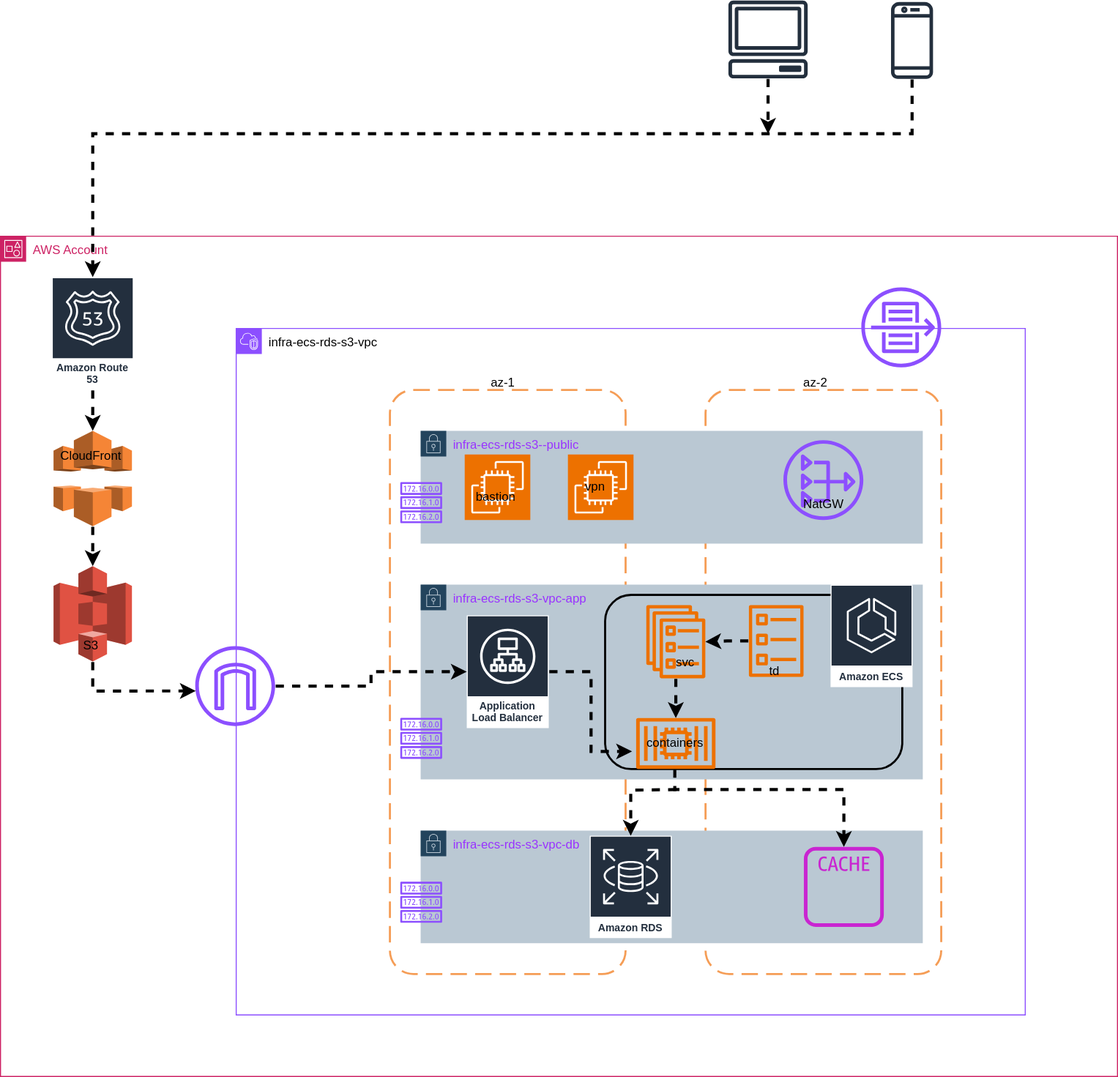
Before: infra.drawio.svg, a diagram exported from draw.io (sivaramakrishna-konka/infra-ecs-rds-s3). Source tidied: cells renumbered, new cells last; positions are measured from the earlier drawing's top-left corner, leaving out a move shared by most shapes.
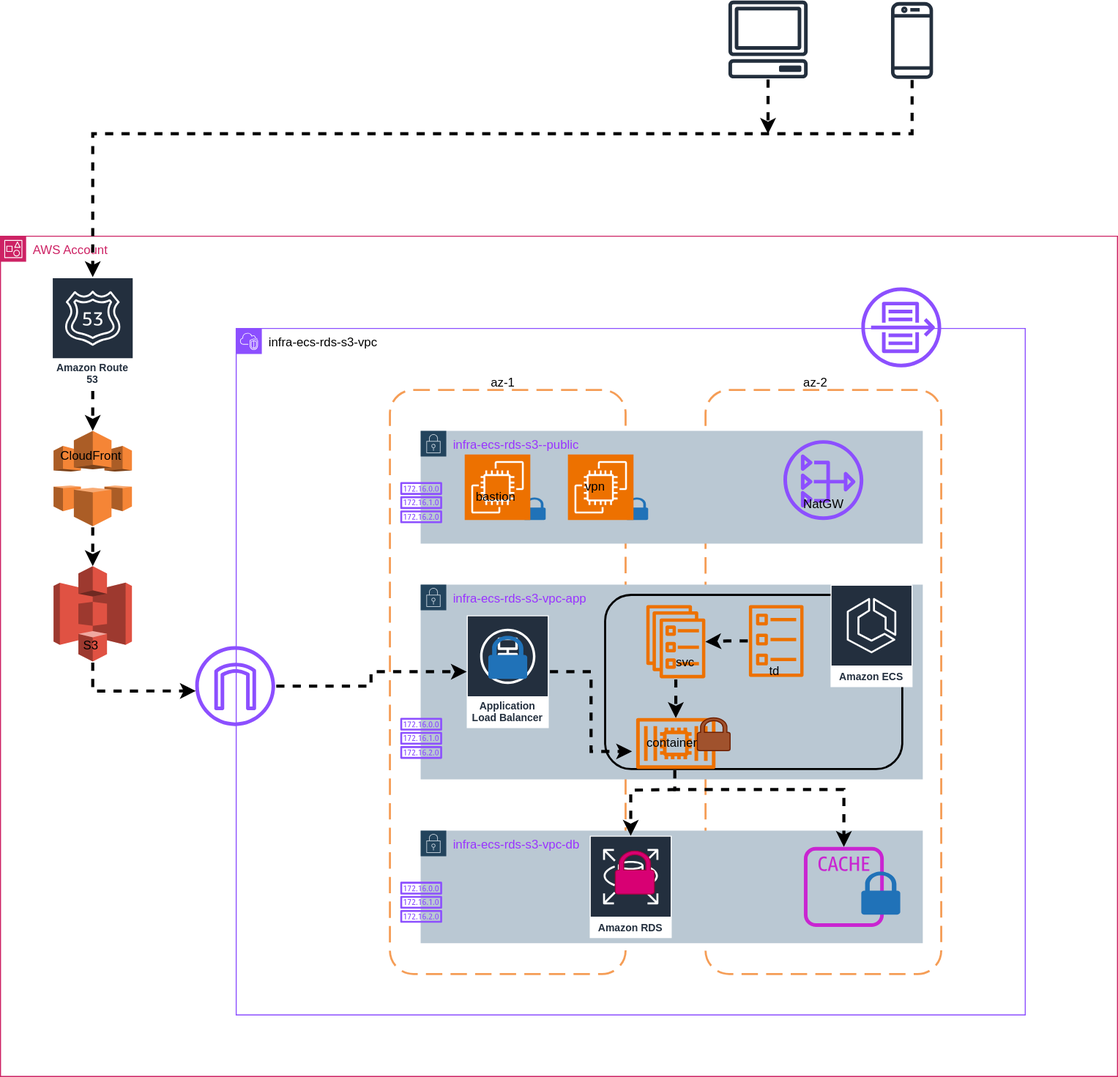
Later version of the same file.

Commit message:
add the security groups

The edit, as a diff of the source:
```diff
@@ -32,6 +32,12 @@
     <mxCell id="11" value="NatGW" style="text;html=1;align=center;verticalAlign=middle;strokeColor=none;fillColor=none;" parent="9" vertex="1">
       <mxGeometry x="363" y="57" width="60" height="30" as="geometry" />
     </mxCell>
+    <mxCell id="51" style="sketch=0;shadow=0;dashed=0;html=1;strokeColor=none;labelPosition=center;verticalLabelPosition=bottom;verticalAlign=top;align=center;shape=mxgraph.office.security.lock_protected;fillColor=#2072B8;" parent="9" vertex="1">
+      <mxGeometry x="100" y="65" width="22" height="22" as="geometry" />
+    </mxCell>
+    <mxCell id="52" style="sketch=0;shadow=0;dashed=0;html=1;strokeColor=none;labelPosition=center;verticalLabelPosition=bottom;verticalAlign=top;align=center;shape=mxgraph.office.security.lock_protected;fillColor=#2072B8;" parent="9" vertex="1">
+      <mxGeometry x="200" y="65" width="22" height="22" as="geometry" />
+    </mxCell>
     <mxCell id="12" value="&lt;span style=&quot;color: rgb(153, 51, 255);&quot;&gt;infra-ecs-rds-s3-vpc-app&lt;/span&gt;" style="html=1;whiteSpace=wrap;fontSize=12;fontStyle=0;shape=mxgraph.aws4.group;grIcon=mxgraph.aws4.group_security_group;grStroke=0;fillColor=#bac8d3;verticalAlign=top;align=left;spacingLeft=30;dashed=0;strokeColor=#23445d;" parent="3" vertex="1">
       <mxGeometry x="180" y="250" width="490" height="190" as="geometry" />
     </mxCell>
@@ -41,6 +47,9 @@
     <mxCell id="14" style="sketch=0;fontColor=#232F3E;gradientColor=none;fillColor=#8C4FFF;strokeColor=none;dashed=0;verticalLabelPosition=bottom;verticalAlign=top;align=center;html=1;fontSize=12;fontStyle=0;shape=mxgraph.aws4.route_table;" parent="12" vertex="1">
       <mxGeometry x="-20" y="130" width="41.1" height="40" as="geometry" />
     </mxCell>
+    <mxCell id="53" style="sketch=0;shadow=0;dashed=0;html=1;strokeColor=none;labelPosition=center;verticalLabelPosition=bottom;verticalAlign=top;align=center;shape=mxgraph.office.security.lock_protected;fillColor=#2072B8;" parent="12" vertex="1">
+      <mxGeometry x="66" y="50" width="38" height="42" as="geometry" />
+    </mxCell>
     <mxCell id="15" value="&lt;span style=&quot;color: rgb(153, 51, 255);&quot;&gt;infra-ecs-rds-s3-vpc-db&lt;/span&gt;" style="html=1;whiteSpace=wrap;fontSize=12;fontStyle=0;shape=mxgraph.aws4.group;grIcon=mxgraph.aws4.group_security_group;grStroke=0;fillColor=#bac8d3;verticalAlign=top;align=left;spacingLeft=30;dashed=0;strokeColor=#23445d;" parent="3" vertex="1">
       <mxGeometry x="180" y="490" width="490" height="110" as="geometry" />
     </mxCell>
@@ -115,6 +124,15 @@
     <mxCell id="36" style="edgeStyle=orthogonalEdgeStyle;rounded=0;jettySize=auto;html=1;entryX=-0.018;entryY=0.76;entryDx=0;entryDy=0;entryPerimeter=0;strokeWidth=3;flowAnimation=1;" parent="3" edge="1" source="13" target="28">
       <mxGeometry relative="1" as="geometry" />
     </mxCell>
+    <mxCell id="54" style="sketch=0;shadow=0;dashed=0;html=1;strokeColor=none;labelPosition=center;verticalLabelPosition=bottom;verticalAlign=top;align=center;shape=mxgraph.office.security.lock_protected;fillColor=#2072B8;" parent="3" vertex="1">
+      <mxGeometry x="610" y="530" width="38" height="42" as="geometry" />
+    </mxCell>
+    <mxCell id="55" style="sketch=0;shadow=0;dashed=0;html=1;strokeColor=#6D1F00;labelPosition=center;verticalLabelPosition=bottom;verticalAlign=top;align=center;shape=mxgraph.office.security.lock_protected;fillColor=#a0522d;fontColor=#ffffff;" parent="3" vertex="1">
+      <mxGeometry x="450" y="380" width="32" height="32" as="geometry" />
+    </mxCell>
+    <mxCell id="56" style="sketch=0;shadow=0;dashed=0;html=1;strokeColor=#A50040;labelPosition=center;verticalLabelPosition=bottom;verticalAlign=top;align=center;shape=mxgraph.office.security.lock_protected;fillColor=#d80073;fontColor=#ffffff;" parent="3" vertex="1">
+      <mxGeometry x="370" y="510" width="38" height="42" as="geometry" />
+    </mxCell>
     <mxCell id="37" style="edgeStyle=orthogonalEdgeStyle;rounded=0;jettySize=auto;html=1;strokeWidth=3;flowAnimation=1;" parent="2" edge="1" source="38" target="13">
       <mxGeometry relative="1" as="geometry" />
     </mxCell>
```
